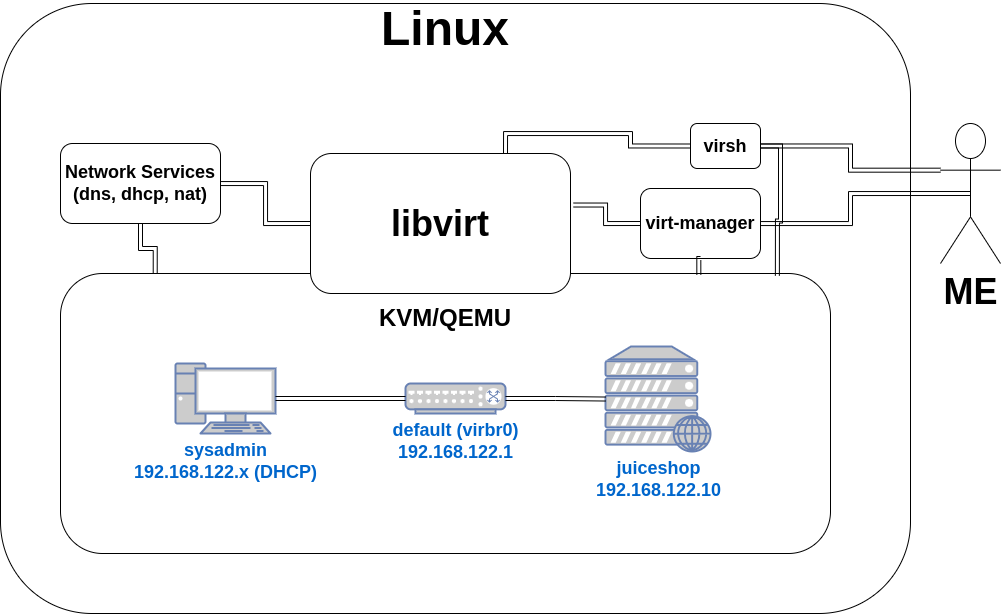
This is content/labs/diagrams/lab-00-libvirt.drawio.png from bsebhat/bsebhat.github.io, a draw.io export, as it was before one commit. Source tidied: cells renumbered, new cells last; positions are measured from the earlier drawing's top-left corner, leaving out a move shared by most shapes.
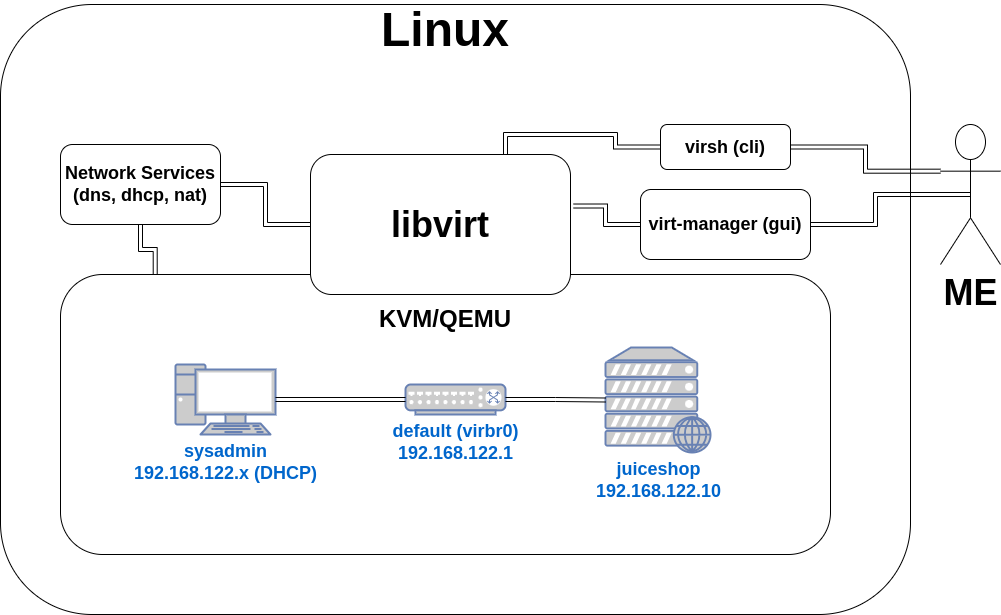
The same diagram one commit later.

Commit message:
adds to libvirt lab

What changed in the source:
```diff
@@ -38,8 +38,8 @@
     <mxCell id="13" value="&lt;font style=&quot;font-size: 18px;&quot;&gt;&lt;b&gt;Network Services&lt;br&gt;(dns, dhcp, nat)&lt;/b&gt;&lt;/font&gt;" style="rounded=1;whiteSpace=wrap;html=1;" parent="1" vertex="1">
       <mxGeometry x="60" y="140" width="160" height="80" as="geometry" />
     </mxCell>
-    <mxCell id="14" value="&lt;b&gt;&lt;font style=&quot;font-size: 18px;&quot;&gt;virt-manager&lt;/font&gt;&lt;/b&gt;" style="rounded=1;whiteSpace=wrap;html=1;" parent="1" vertex="1">
-      <mxGeometry x="640" y="185" width="120" height="70" as="geometry" />
+    <mxCell id="14" value="&lt;b&gt;&lt;font style=&quot;font-size: 18px;&quot;&gt;virt-manager (gui)&lt;/font&gt;&lt;/b&gt;" style="rounded=1;whiteSpace=wrap;html=1;" parent="1" vertex="1">
+      <mxGeometry x="640" y="185" width="170" height="70" as="geometry" />
     </mxCell>
     <mxCell id="15" style="edgeStyle=orthogonalEdgeStyle;shape=link;rounded=0;jettySize=auto;html=1;exitX=0.5;exitY=1;exitDx=0;exitDy=0;entryX=0.123;entryY=0;entryDx=0;entryDy=0;entryPerimeter=0;" parent="1" edge="1" source="13" target="4">
       <mxGeometry relative="1" as="geometry" />
@@ -47,20 +47,14 @@
     <mxCell id="16" style="edgeStyle=orthogonalEdgeStyle;shape=link;rounded=0;jettySize=auto;html=1;exitX=0;exitY=0.5;exitDx=0;exitDy=0;entryX=1.012;entryY=0.368;entryDx=0;entryDy=0;entryPerimeter=0;" parent="1" edge="1" source="14" target="12">
       <mxGeometry relative="1" as="geometry" />
     </mxCell>
-    <mxCell id="17" style="edgeStyle=orthogonalEdgeStyle;shape=link;rounded=0;jettySize=auto;html=1;exitX=0.5;exitY=1;exitDx=0;exitDy=0;entryX=0.829;entryY=0.004;entryDx=0;entryDy=0;entryPerimeter=0;" parent="1" edge="1" source="14" target="4">
-      <mxGeometry relative="1" as="geometry" />
-    </mxCell>
     <mxCell id="18" value="&lt;font style=&quot;font-size: 48px;&quot;&gt;&lt;b&gt;Linux&lt;/b&gt;&lt;/font&gt;" style="text;html=1;strokeColor=none;fillColor=none;align=center;verticalAlign=middle;whiteSpace=wrap;rounded=0;" parent="1" vertex="1">
       <mxGeometry x="235" y="10" width="420" height="30" as="geometry" />
     </mxCell>
     <mxCell id="19" style="edgeStyle=orthogonalEdgeStyle;shape=link;rounded=0;jettySize=auto;html=1;exitX=0;exitY=0.5;exitDx=0;exitDy=0;entryX=0.75;entryY=0;entryDx=0;entryDy=0;" parent="1" edge="1" source="21" target="12">
       <mxGeometry relative="1" as="geometry" />
     </mxCell>
-    <mxCell id="20" style="edgeStyle=orthogonalEdgeStyle;shape=link;rounded=0;jettySize=auto;html=1;exitX=1;exitY=0.5;exitDx=0;exitDy=0;entryX=0.931;entryY=0.008;entryDx=0;entryDy=0;entryPerimeter=0;" parent="1" edge="1" source="21" target="4">
-      <mxGeometry relative="1" as="geometry" />
-    </mxCell>
-    <mxCell id="21" value="&lt;b&gt;&lt;font style=&quot;font-size: 18px;&quot;&gt;virsh&lt;/font&gt;&lt;/b&gt;" style="rounded=1;whiteSpace=wrap;html=1;" parent="1" vertex="1">
-      <mxGeometry x="690" y="120" width="70" height="45" as="geometry" />
+    <mxCell id="21" value="&lt;b&gt;&lt;font style=&quot;font-size: 18px;&quot;&gt;virsh (cli)&lt;/font&gt;&lt;/b&gt;" style="rounded=1;whiteSpace=wrap;html=1;" parent="1" vertex="1">
+      <mxGeometry x="660" y="120" width="130" height="45" as="geometry" />
     </mxCell>
     <mxCell id="22" style="edgeStyle=orthogonalEdgeStyle;shape=link;rounded=0;jettySize=auto;html=1;exitX=0;exitY=0.3333333333333333;exitDx=0;exitDy=0;exitPerimeter=0;" parent="1" edge="1" source="24" target="21">
       <mxGeometry relative="1" as="geometry" />
```
